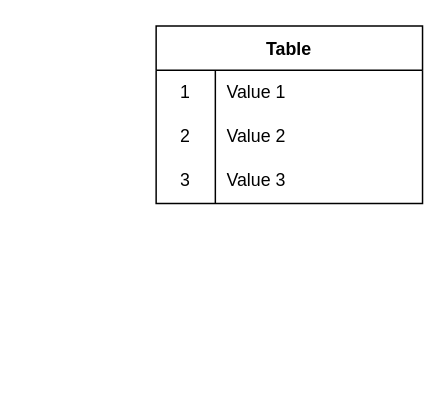
Above: docs/diagrama_de_dados_aurora.drawio in marvinho-tn/aurora (draw.io), before the change. Source tidied: cells renumbered, new cells numbered last; positions are measured from the earlier drawing's top-left corner, leaving out a move shared by most shapes. Both pictures are drawn from the tidied source at 148%, with x=0, y=0 at pixel (155, 25).
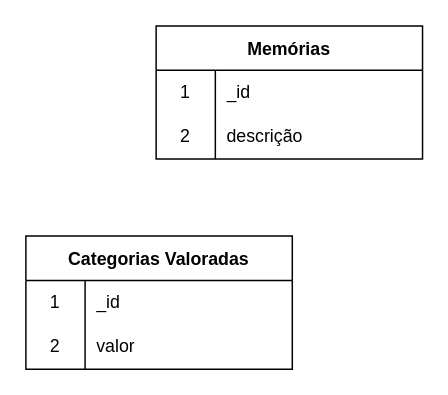
The same diagram, later.

The edit, as a diff of the source:
```diff
@@
 <mxGraphModel>
   <root>
     <mxCell id="0" />
     <mxCell id="1" parent="0" />
-    <mxCell id="2" value="Table" style="shape=table;startSize=30;childLayout=tableLayout;rowLines=0;fontStyle=1;" parent="1" vertex="1">
-      <mxGeometry width="180" height="120" as="geometry" />
+    <mxCell id="2" value="Memórias" style="shape=table;startSize=30;childLayout=tableLayout;rowLines=0;fontStyle=1;" parent="1" vertex="1">
+      <mxGeometry width="180" height="90" as="geometry" />
     </mxCell>
     <mxCell id="3" style="shape=tableRow;horizontal=0;startSize=0;swimlaneHead=0;swimlaneBody=0;top=0;left=0;bottom=0;right=0;fillColor=none;" parent="2" vertex="1">
       <mxGeometry y="30" width="180" height="30" as="geometry" />
     </mxCell>
     <mxCell id="4" value="1" style="shape=partialRectangle;html=1;whiteSpace=wrap;fillColor=none;top=0;left=0;bottom=0;right=0;overflow=hidden;" parent="3" vertex="1">
       <mxGeometry width="40" height="30" as="geometry" />
     </mxCell>
-    <mxCell id="5" value="Value 1" style="shape=partialRectangle;html=1;whiteSpace=wrap;fillColor=none;top=0;left=0;bottom=0;right=0;align=left;spacingLeft=6;overflow=hidden;" parent="3" vertex="1">
+    <mxCell id="5" value="_id" style="shape=partialRectangle;html=1;whiteSpace=wrap;fillColor=none;top=0;left=0;bottom=0;right=0;align=left;spacingLeft=6;overflow=hidden;" parent="3" vertex="1">
       <mxGeometry x="40" width="140" height="30" as="geometry" />
     </mxCell>
     <mxCell id="6" style="shape=tableRow;horizontal=0;startSize=0;swimlaneHead=0;swimlaneBody=0;top=0;left=0;bottom=0;right=0;fillColor=none;" parent="2" vertex="1">
       <mxGeometry y="60" width="180" height="30" as="geometry" />
     </mxCell>
     <mxCell id="7" value="2" style="shape=partialRectangle;html=1;whiteSpace=wrap;fillColor=none;top=0;left=0;bottom=0;right=0;overflow=hidden;" parent="6" vertex="1">
       <mxGeometry width="40" height="30" as="geometry" />
     </mxCell>
-    <mxCell id="8" value="Value 2" style="shape=partialRectangle;html=1;whiteSpace=wrap;fillColor=none;top=0;left=0;bottom=0;right=0;align=left;spacingLeft=6;overflow=hidden;" parent="6" vertex="1">
+    <mxCell id="8" value="descrição" style="shape=partialRectangle;html=1;whiteSpace=wrap;fillColor=none;top=0;left=0;bottom=0;right=0;align=left;spacingLeft=6;overflow=hidden;" parent="6" vertex="1">
       <mxGeometry x="40" width="140" height="30" as="geometry" />
     </mxCell>
-    <mxCell id="9" style="shape=tableRow;horizontal=0;startSize=0;swimlaneHead=0;swimlaneBody=0;top=0;left=0;bottom=0;right=0;fillColor=none;" parent="2" vertex="1">
-      <mxGeometry y="90" width="180" height="30" as="geometry" />
-    </mxCell>
-    <mxCell id="10" value="3" style="shape=partialRectangle;html=1;whiteSpace=wrap;fillColor=none;top=0;left=0;bottom=0;right=0;overflow=hidden;" parent="9" vertex="1">
-      <mxGeometry width="40" height="30" as="geometry" />
-    </mxCell>
-    <mxCell id="11" value="Value 3" style="shape=partialRectangle;html=1;whiteSpace=wrap;fillColor=none;top=0;left=0;bottom=0;right=0;align=left;spacingLeft=6;overflow=hidden;" parent="9" vertex="1">
-      <mxGeometry x="40" width="140" height="30" as="geometry" />
-    </mxCell>
+    <mxCell id="12" value="Categorias Valoradas" style="shape=table;startSize=30;childLayout=tableLayout;rowLines=0;fontStyle=1;" parent="1" vertex="1">
+      <mxGeometry x="-88" y="142" width="180" height="90" as="geometry" />
+    </mxCell>
+    <mxCell id="13" style="shape=tableRow;horizontal=0;startSize=0;swimlaneHead=0;swimlaneBody=0;top=0;left=0;bottom=0;right=0;fillColor=none;" parent="12" vertex="1">
+      <mxGeometry y="30" width="180" height="30" as="geometry" />
+    </mxCell>
+    <mxCell id="14" value="1" style="shape=partialRectangle;html=1;whiteSpace=wrap;fillColor=none;top=0;left=0;bottom=0;right=0;overflow=hidden;" parent="13" vertex="1">
+      <mxGeometry width="40" height="30" as="geometry" />
+    </mxCell>
+    <mxCell id="15" value="_id" style="shape=partialRectangle;html=1;whiteSpace=wrap;fillColor=none;top=0;left=0;bottom=0;right=0;align=left;spacingLeft=6;overflow=hidden;" parent="13" vertex="1">
+      <mxGeometry x="40" width="140" height="30" as="geometry" />
+    </mxCell>
+    <mxCell id="16" style="shape=tableRow;horizontal=0;startSize=0;swimlaneHead=0;swimlaneBody=0;top=0;left=0;bottom=0;right=0;fillColor=none;" parent="12" vertex="1">
+      <mxGeometry y="60" width="180" height="30" as="geometry" />
+    </mxCell>
+    <mxCell id="17" value="2" style="shape=partialRectangle;html=1;whiteSpace=wrap;fillColor=none;top=0;left=0;bottom=0;right=0;overflow=hidden;" parent="16" vertex="1">
+      <mxGeometry width="40" height="30" as="geometry" />
+    </mxCell>
+    <mxCell id="18" value="valor" style="shape=partialRectangle;html=1;whiteSpace=wrap;fillColor=none;top=0;left=0;bottom=0;right=0;align=left;spacingLeft=6;overflow=hidden;" parent="16" vertex="1">
+      <mxGeometry x="40" width="140" height="30" as="geometry" />
+    </mxCell>
   </root>
 </mxGraphModel>
```
